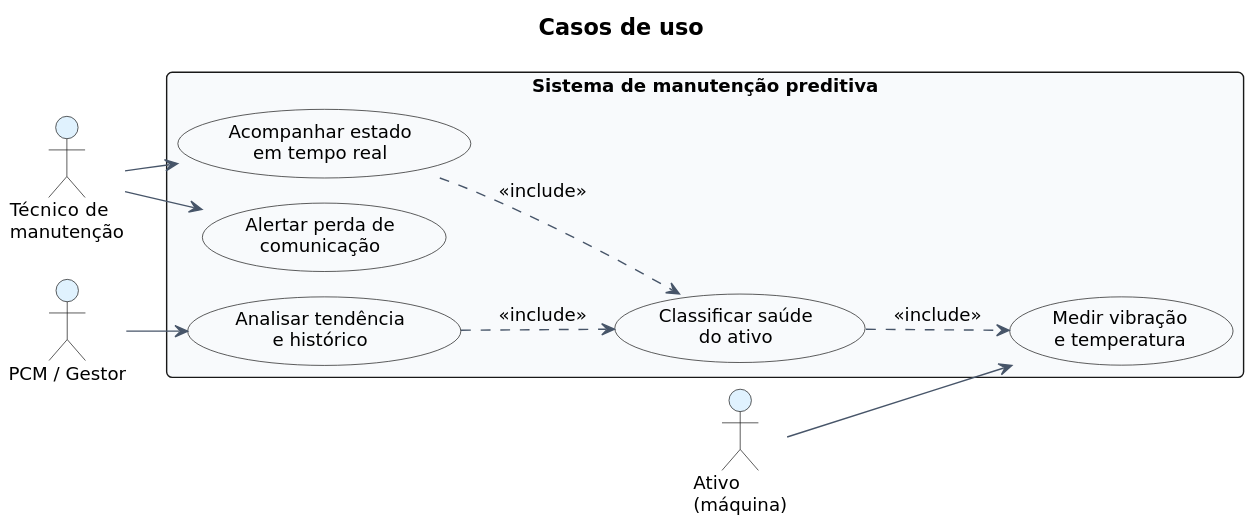
This is docs/diagramas/svg/casos-de-uso.svg from UFG-INF-SSU-2026/swifties, a PlantUML export, as it was before one commit. Source of this version:
```plantuml
@startuml
!include _estilo.iuml
title Casos de uso
left to right direction

actor "Técnico de\nmanutenção" as Tecnico
actor "PCM / Gestor" as PCM
actor "Ativo\n(máquina)" as Ativo

rectangle "Sistema de manutenção preditiva" {
  usecase "Medir vibração\ne temperatura" as UC1
  usecase "Classificar saúde\ndo ativo" as UC2
  usecase "Acompanhar estado\nem tempo real" as UC3
  usecase "Analisar tendência\ne histórico" as UC4
  usecase "Alertar perda de\ncomunicação" as UC5
}

Ativo --> UC1
UC2 ..> UC1 : <<include>>
Tecnico --> UC3
Tecnico --> UC5
PCM --> UC4
UC3 ..> UC2 : <<include>>
UC4 ..> UC2 : <<include>>
@enduml
```
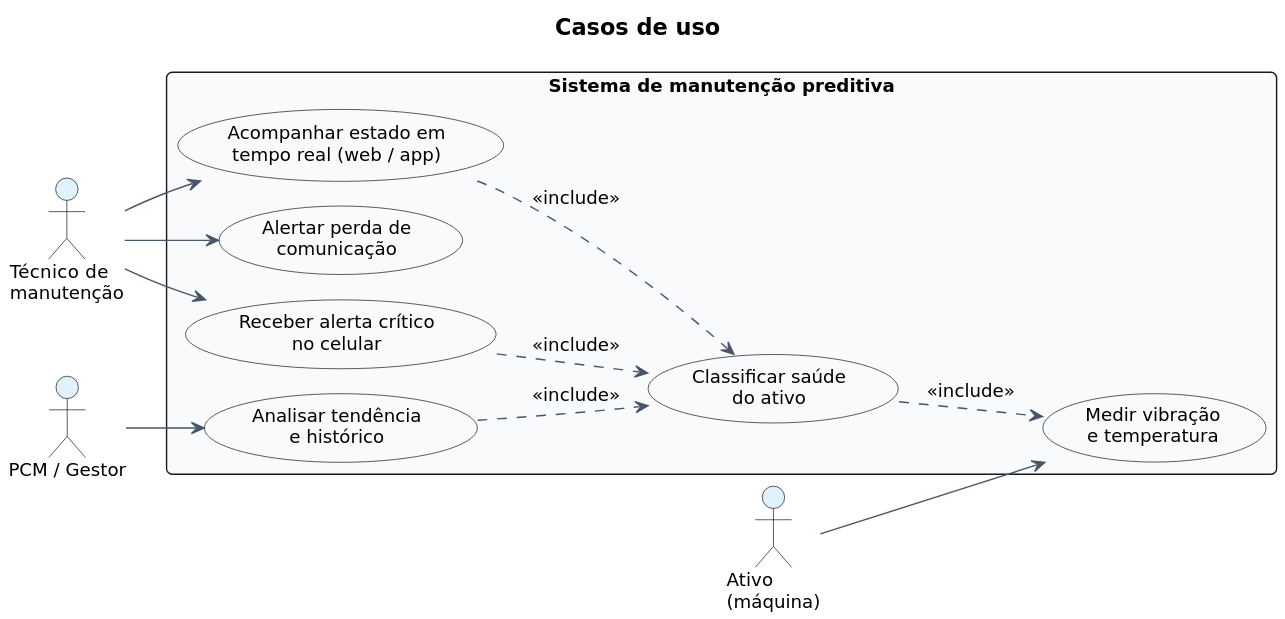
The same file after the commit.

What changed in the source:
```diff
@@ -10,15 +10,18 @@
 rectangle "Sistema de manutenção preditiva" {
   usecase "Medir vibração\ne temperatura" as UC1
   usecase "Classificar saúde\ndo ativo" as UC2
-  usecase "Acompanhar estado\nem tempo real" as UC3
+  usecase "Acompanhar estado em\ntempo real (web / app)" as UC3
   usecase "Analisar tendência\ne histórico" as UC4
   usecase "Alertar perda de\ncomunicação" as UC5
+  usecase "Receber alerta crítico\nno celular" as UC6
 }
 
 Ativo --> UC1
 UC2 ..> UC1 : <<include>>
 Tecnico --> UC3
 Tecnico --> UC5
+Tecnico --> UC6
+UC6 ..> UC2 : <<include>>
 PCM --> UC4
 UC3 ..> UC2 : <<include>>
 UC4 ..> UC2 : <<include>>
```
